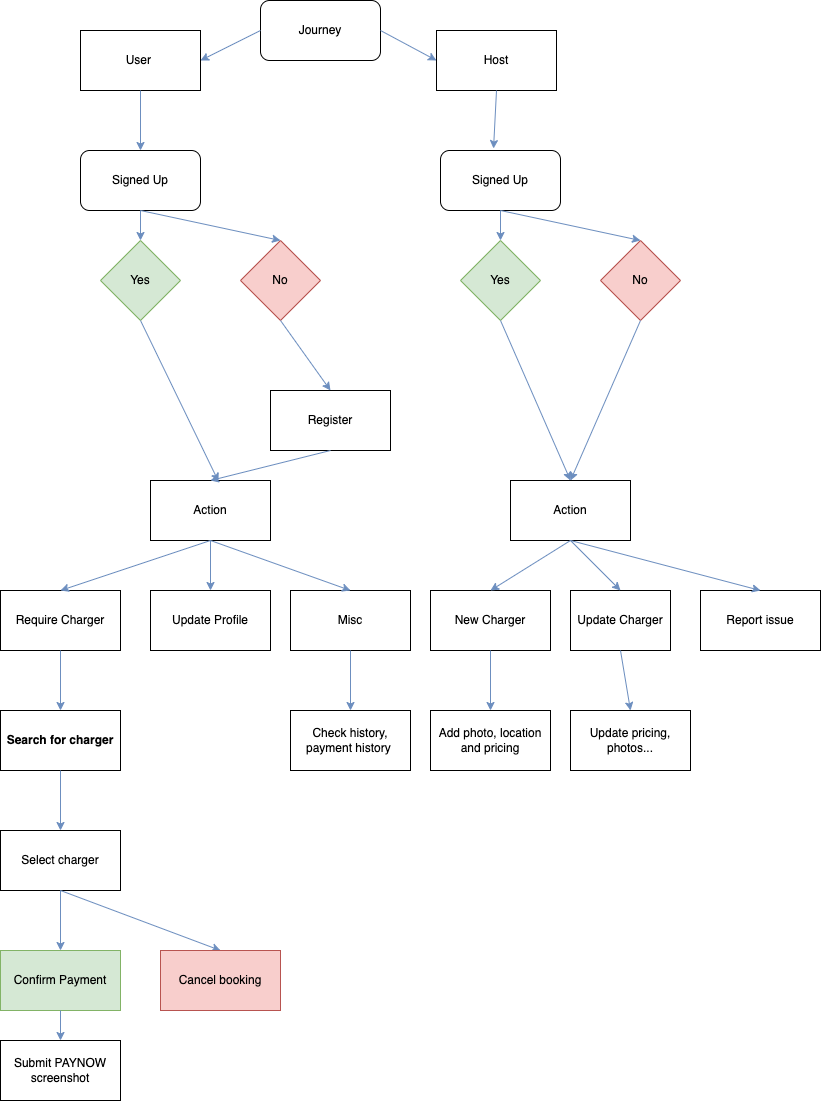
jonasgwt/ChargeEV keeps this draw.io diagram as photo/ProgramFlow.drawio .png. Above is the earlier version. Source tidied: cells renumbered, new cells last; positions are measured from the earlier drawing's top-left corner, leaving out a move shared by most shapes. The source it was exported from:
```xml
<mxGraphModel>
  <root>
    <mxCell id="0" />
    <mxCell id="1" parent="0" />
    <mxCell id="2" value="User&amp;nbsp;" style="rounded=0;whiteSpace=wrap;html=1;" parent="1" vertex="1">
      <mxGeometry x="80" y="30" width="120" height="60" as="geometry" />
    </mxCell>
    <mxCell id="3" value="Host" style="rounded=0;whiteSpace=wrap;html=1;" parent="1" vertex="1">
      <mxGeometry x="436" y="30" width="120" height="60" as="geometry" />
    </mxCell>
    <mxCell id="4" style="endArrow=classic;html=1;rounded=0;exitX=0.5;exitY=1;exitDx=0;exitDy=0;entryX=0.5;entryY=0;entryDx=0;entryDy=0;fillColor=#dae8fc;strokeColor=#6c8ebf;" parent="1" edge="1" source="2" target="6">
      <mxGeometry relative="1" as="geometry" />
    </mxCell>
    <mxCell id="5" value="Register" style="rounded=0;whiteSpace=wrap;html=1;" parent="1" vertex="1">
      <mxGeometry x="270" y="390" width="120" height="60" as="geometry" />
    </mxCell>
    <mxCell id="6" value="Signed Up" style="rounded=1;whiteSpace=wrap;html=1;" parent="1" vertex="1">
      <mxGeometry x="80" y="150" width="120" height="60" as="geometry" />
    </mxCell>
    <mxCell id="7" value="Yes" style="rhombus;whiteSpace=wrap;html=1;fillColor=#d5e8d4;strokeColor=#82b366;" parent="1" vertex="1">
      <mxGeometry x="100" y="240" width="80" height="80" as="geometry" />
    </mxCell>
    <mxCell id="8" value="No" style="rhombus;whiteSpace=wrap;html=1;fillColor=#f8cecc;strokeColor=#b85450;" parent="1" vertex="1">
      <mxGeometry x="240" y="240" width="80" height="80" as="geometry" />
    </mxCell>
    <mxCell id="9" style="endArrow=classic;html=1;rounded=0;exitX=0.5;exitY=1;exitDx=0;exitDy=0;fillColor=#dae8fc;strokeColor=#6c8ebf;" parent="1" edge="1" source="6" target="7">
      <mxGeometry relative="1" as="geometry" />
    </mxCell>
    <mxCell id="10" style="endArrow=classic;html=1;rounded=0;exitX=0.5;exitY=1;exitDx=0;exitDy=0;entryX=0.5;entryY=0;entryDx=0;entryDy=0;fillColor=#dae8fc;strokeColor=#6c8ebf;" parent="1" edge="1" source="6" target="8">
      <mxGeometry relative="1" as="geometry" />
    </mxCell>
    <mxCell id="11" style="endArrow=classic;html=1;rounded=0;exitX=0.5;exitY=1;exitDx=0;exitDy=0;entryX=0.567;entryY=0.017;entryDx=0;entryDy=0;entryPerimeter=0;fillColor=#dae8fc;strokeColor=#6c8ebf;" parent="1" edge="1" source="7" target="21">
      <mxGeometry relative="1" as="geometry" />
    </mxCell>
    <mxCell id="12" style="endArrow=classic;html=1;rounded=0;exitX=0.5;exitY=1;exitDx=0;exitDy=0;entryX=0.5;entryY=0;entryDx=0;entryDy=0;fillColor=#dae8fc;strokeColor=#6c8ebf;" parent="1" edge="1" source="8" target="5">
      <mxGeometry relative="1" as="geometry" />
    </mxCell>
    <mxCell id="13" style="endArrow=classic;html=1;rounded=0;exitX=0.5;exitY=1;exitDx=0;exitDy=0;entryX=0.442;entryY=-0.033;entryDx=0;entryDy=0;entryPerimeter=0;fillColor=#dae8fc;strokeColor=#6c8ebf;" parent="1" edge="1" source="3" target="14">
      <mxGeometry relative="1" as="geometry" />
    </mxCell>
    <mxCell id="14" value="Signed Up" style="rounded=1;whiteSpace=wrap;html=1;" parent="1" vertex="1">
      <mxGeometry x="440" y="150" width="120" height="60" as="geometry" />
    </mxCell>
    <mxCell id="15" value="Yes" style="rhombus;whiteSpace=wrap;html=1;fillColor=#d5e8d4;strokeColor=#82b366;" parent="1" vertex="1">
      <mxGeometry x="460" y="240" width="80" height="80" as="geometry" />
    </mxCell>
    <mxCell id="16" value="No" style="rhombus;whiteSpace=wrap;html=1;fillColor=#f8cecc;strokeColor=#b85450;" parent="1" vertex="1">
      <mxGeometry x="600" y="240" width="80" height="80" as="geometry" />
    </mxCell>
    <mxCell id="17" style="endArrow=classic;html=1;rounded=0;exitX=0.5;exitY=1;exitDx=0;exitDy=0;fillColor=#dae8fc;strokeColor=#6c8ebf;" parent="1" edge="1" source="14" target="15">
      <mxGeometry relative="1" as="geometry" />
    </mxCell>
    <mxCell id="18" style="endArrow=classic;html=1;rounded=0;exitX=0.5;exitY=1;exitDx=0;exitDy=0;entryX=0.5;entryY=0;entryDx=0;entryDy=0;fillColor=#dae8fc;strokeColor=#6c8ebf;" parent="1" edge="1" source="14" target="16">
      <mxGeometry relative="1" as="geometry" />
    </mxCell>
    <mxCell id="19" style="endArrow=classic;html=1;rounded=0;exitX=0.5;exitY=1;exitDx=0;exitDy=0;entryX=0.5;entryY=0;entryDx=0;entryDy=0;fillColor=#dae8fc;strokeColor=#6c8ebf;" parent="1" edge="1" source="15" target="27">
      <mxGeometry relative="1" as="geometry" />
    </mxCell>
    <mxCell id="20" style="endArrow=classic;html=1;rounded=0;exitX=0.5;exitY=1;exitDx=0;exitDy=0;entryX=0.5;entryY=0;entryDx=0;entryDy=0;fillColor=#dae8fc;strokeColor=#6c8ebf;" parent="1" edge="1" source="16" target="27">
      <mxGeometry relative="1" as="geometry" />
    </mxCell>
    <mxCell id="21" value="Action" style="rounded=0;whiteSpace=wrap;html=1;" parent="1" vertex="1">
      <mxGeometry x="150" y="480" width="120" height="60" as="geometry" />
    </mxCell>
    <mxCell id="22" style="endArrow=classic;html=1;rounded=0;exitX=0.5;exitY=1;exitDx=0;exitDy=0;entryX=0.5;entryY=0;entryDx=0;entryDy=0;fillColor=#dae8fc;strokeColor=#6c8ebf;" parent="1" edge="1" source="5" target="21">
      <mxGeometry relative="1" as="geometry" />
    </mxCell>
    <mxCell id="23" value="Require Charger" style="rounded=0;whiteSpace=wrap;html=1;" parent="1" vertex="1">
      <mxGeometry y="590" width="120" height="60" as="geometry" />
    </mxCell>
    <mxCell id="24" value="Update Profile" style="rounded=0;whiteSpace=wrap;html=1;" parent="1" vertex="1">
      <mxGeometry x="150" y="590" width="120" height="60" as="geometry" />
    </mxCell>
    <mxCell id="25" style="endArrow=classic;html=1;rounded=0;exitX=0.5;exitY=1;exitDx=0;exitDy=0;entryX=0.5;entryY=0;entryDx=0;entryDy=0;fillColor=#dae8fc;strokeColor=#6c8ebf;" parent="1" edge="1" source="21" target="24">
      <mxGeometry relative="1" as="geometry" />
    </mxCell>
    <mxCell id="26" style="endArrow=classic;html=1;rounded=0;exitX=0.5;exitY=1;exitDx=0;exitDy=0;entryX=0.5;entryY=0;entryDx=0;entryDy=0;fillColor=#dae8fc;strokeColor=#6c8ebf;" parent="1" edge="1" source="21" target="23">
      <mxGeometry relative="1" as="geometry" />
    </mxCell>
    <mxCell id="27" value="Action" style="rounded=0;whiteSpace=wrap;html=1;" parent="1" vertex="1">
      <mxGeometry x="510" y="480" width="120" height="60" as="geometry" />
    </mxCell>
    <mxCell id="28" value="New Charger" style="rounded=0;whiteSpace=wrap;html=1;" parent="1" vertex="1">
      <mxGeometry x="430" y="590" width="120" height="60" as="geometry" />
    </mxCell>
    <mxCell id="29" value="Update Charger" style="rounded=0;whiteSpace=wrap;html=1;" parent="1" vertex="1">
      <mxGeometry x="570" y="590" width="100" height="60" as="geometry" />
    </mxCell>
    <mxCell id="30" style="endArrow=classic;html=1;rounded=0;exitX=0.5;exitY=1;exitDx=0;exitDy=0;entryX=0.5;entryY=0;entryDx=0;entryDy=0;fillColor=#dae8fc;strokeColor=#6c8ebf;" parent="1" edge="1" source="27" target="29">
      <mxGeometry relative="1" as="geometry" />
    </mxCell>
    <mxCell id="31" style="endArrow=classic;html=1;rounded=0;exitX=0.5;exitY=1;exitDx=0;exitDy=0;entryX=0.5;entryY=0;entryDx=0;entryDy=0;fillColor=#dae8fc;strokeColor=#6c8ebf;" parent="1" edge="1" source="27" target="28">
      <mxGeometry relative="1" as="geometry" />
    </mxCell>
    <mxCell id="32" value="Journey" style="rounded=1;whiteSpace=wrap;html=1;" parent="1" vertex="1">
      <mxGeometry x="260" width="120" height="60" as="geometry" />
    </mxCell>
    <mxCell id="33" style="endArrow=classic;html=1;rounded=0;exitX=0;exitY=0.5;exitDx=0;exitDy=0;entryX=1;entryY=0.5;entryDx=0;entryDy=0;fillColor=#dae8fc;strokeColor=#6c8ebf;" parent="1" edge="1" source="32" target="2">
      <mxGeometry relative="1" as="geometry" />
    </mxCell>
    <mxCell id="34" style="endArrow=classic;html=1;rounded=0;exitX=1;exitY=0.5;exitDx=0;exitDy=0;entryX=0;entryY=0.5;entryDx=0;entryDy=0;fillColor=#dae8fc;strokeColor=#6c8ebf;" parent="1" edge="1" source="32" target="3">
      <mxGeometry relative="1" as="geometry" />
    </mxCell>
    <mxCell id="35" value="Misc" style="rounded=0;whiteSpace=wrap;html=1;" parent="1" vertex="1">
      <mxGeometry x="290" y="590" width="120" height="60" as="geometry" />
    </mxCell>
    <mxCell id="36" style="endArrow=classic;html=1;rounded=0;exitX=0.5;exitY=1;exitDx=0;exitDy=0;entryX=0.5;entryY=0;entryDx=0;entryDy=0;fillColor=#dae8fc;strokeColor=#6c8ebf;" parent="1" edge="1" source="21" target="35">
      <mxGeometry relative="1" as="geometry" />
    </mxCell>
    <mxCell id="37" value="Update pricing, photos..." style="rounded=0;whiteSpace=wrap;html=1;" parent="1" vertex="1">
      <mxGeometry x="570" y="710" width="120" height="60" as="geometry" />
    </mxCell>
    <mxCell id="38" style="endArrow=classic;html=1;rounded=0;exitX=0.5;exitY=1;exitDx=0;exitDy=0;entryX=0.5;entryY=0;entryDx=0;entryDy=0;fillColor=#dae8fc;strokeColor=#6c8ebf;" parent="1" edge="1" source="29" target="37">
      <mxGeometry relative="1" as="geometry" />
    </mxCell>
    <mxCell id="39" value="Add photo, location and pricing" style="rounded=0;whiteSpace=wrap;html=1;" parent="1" vertex="1">
      <mxGeometry x="430" y="710" width="120" height="60" as="geometry" />
    </mxCell>
    <mxCell id="40" style="endArrow=classic;html=1;rounded=0;exitX=0.5;exitY=1;exitDx=0;exitDy=0;entryX=0.5;entryY=0;entryDx=0;entryDy=0;fillColor=#dae8fc;strokeColor=#6c8ebf;" parent="1" edge="1" source="28" target="39">
      <mxGeometry relative="1" as="geometry" />
    </mxCell>
    <mxCell id="41" value="Check history, payment history&amp;nbsp;" style="rounded=0;whiteSpace=wrap;html=1;" parent="1" vertex="1">
      <mxGeometry x="290" y="710" width="120" height="60" as="geometry" />
    </mxCell>
    <mxCell id="42" style="endArrow=classic;html=1;rounded=0;exitX=0.5;exitY=1;exitDx=0;exitDy=0;entryX=0.5;entryY=0;entryDx=0;entryDy=0;fillColor=#dae8fc;strokeColor=#6c8ebf;" parent="1" edge="1" source="35" target="41">
      <mxGeometry relative="1" as="geometry" />
    </mxCell>
    <mxCell id="43" style="endArrow=classic;html=1;rounded=0;exitX=0.5;exitY=1;exitDx=0;exitDy=0;entryX=0.5;entryY=0;entryDx=0;entryDy=0;fontStyle=1;fillColor=#dae8fc;strokeColor=#6c8ebf;" parent="1" edge="1" source="23" target="44">
      <mxGeometry relative="1" as="geometry" />
    </mxCell>
    <mxCell id="44" value="Search for charger" style="rounded=0;whiteSpace=wrap;html=1;fontStyle=1;" parent="1" vertex="1">
      <mxGeometry y="710" width="120" height="60" as="geometry" />
    </mxCell>
    <mxCell id="45" style="endArrow=classic;html=1;rounded=0;exitX=0.5;exitY=1;exitDx=0;exitDy=0;entryX=0.5;entryY=0;entryDx=0;entryDy=0;fillColor=#dae8fc;strokeColor=#6c8ebf;" parent="1" edge="1" target="46">
      <mxGeometry relative="1" as="geometry">
        <mxPoint x="60" y="770" as="sourcePoint" />
      </mxGeometry>
    </mxCell>
    <mxCell id="46" value="Select charger" style="rounded=0;whiteSpace=wrap;html=1;" parent="1" vertex="1">
      <mxGeometry y="830" width="120" height="60" as="geometry" />
    </mxCell>
    <mxCell id="47" style="endArrow=classic;html=1;rounded=0;entryX=0.5;entryY=0;entryDx=0;entryDy=0;exitX=0.5;exitY=1;exitDx=0;exitDy=0;fillColor=#dae8fc;strokeColor=#6c8ebf;" parent="1" edge="1" source="46" target="48">
      <mxGeometry relative="1" as="geometry" />
    </mxCell>
    <mxCell id="48" value="Confirm Payment" style="rounded=0;whiteSpace=wrap;html=1;fillColor=#d5e8d4;strokeColor=#82b366;" parent="1" vertex="1">
      <mxGeometry y="950" width="120" height="60" as="geometry" />
    </mxCell>
    <mxCell id="49" style="endArrow=classic;html=1;rounded=0;entryX=0.5;entryY=0;entryDx=0;entryDy=0;exitX=0.5;exitY=1;exitDx=0;exitDy=0;fillColor=#dae8fc;strokeColor=#6c8ebf;" parent="1" edge="1" source="46" target="50">
      <mxGeometry relative="1" as="geometry" />
    </mxCell>
    <mxCell id="50" value="Cancel booking" style="rounded=0;whiteSpace=wrap;html=1;fillColor=#f8cecc;strokeColor=#b85450;" parent="1" vertex="1">
      <mxGeometry x="160" y="950" width="120" height="60" as="geometry" />
    </mxCell>
    <mxCell id="51" value="Report issue" style="rounded=0;whiteSpace=wrap;html=1;" parent="1" vertex="1">
      <mxGeometry x="700" y="590" width="120" height="60" as="geometry" />
    </mxCell>
    <mxCell id="52" style="endArrow=classic;html=1;rounded=0;entryX=0.5;entryY=0;entryDx=0;entryDy=0;fillColor=#dae8fc;strokeColor=#6c8ebf;" parent="1" edge="1" target="53">
      <mxGeometry relative="1" as="geometry">
        <mxPoint x="60" y="1010" as="sourcePoint" />
      </mxGeometry>
    </mxCell>
    <mxCell id="53" value="Submit PAYNOW screenshot" style="rounded=0;whiteSpace=wrap;html=1;" parent="1" vertex="1">
      <mxGeometry y="1040" width="120" height="60" as="geometry" />
    </mxCell>
    <mxCell id="54" style="endArrow=classic;html=1;rounded=0;exitX=0.5;exitY=1;exitDx=0;exitDy=0;entryX=0.5;entryY=0;entryDx=0;entryDy=0;fillColor=#dae8fc;strokeColor=#6c8ebf;" parent="1" edge="1" source="27" target="51">
      <mxGeometry relative="1" as="geometry" />
    </mxCell>
  </root>
</mxGraphModel>
```
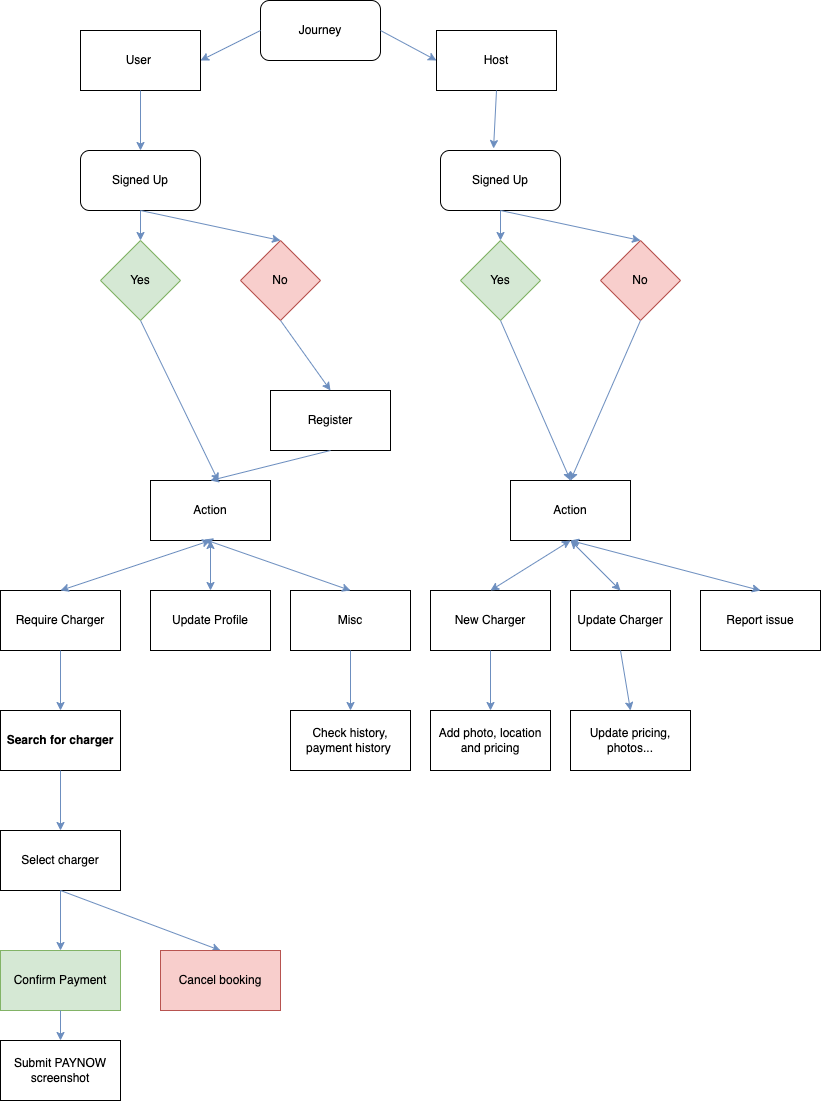
After the change.

What changed in the source:
```diff
@@ -71,12 +71,6 @@
     <mxCell id="24" value="Update Profile" style="rounded=0;whiteSpace=wrap;html=1;" parent="1" vertex="1">
       <mxGeometry x="150" y="590" width="120" height="60" as="geometry" />
     </mxCell>
-    <mxCell id="25" style="endArrow=classic;html=1;rounded=0;exitX=0.5;exitY=1;exitDx=0;exitDy=0;entryX=0.5;entryY=0;entryDx=0;entryDy=0;fillColor=#dae8fc;strokeColor=#6c8ebf;" parent="1" edge="1" source="21" target="24">
-      <mxGeometry relative="1" as="geometry" />
-    </mxCell>
-    <mxCell id="26" style="endArrow=classic;html=1;rounded=0;exitX=0.5;exitY=1;exitDx=0;exitDy=0;entryX=0.5;entryY=0;entryDx=0;entryDy=0;fillColor=#dae8fc;strokeColor=#6c8ebf;" parent="1" edge="1" source="21" target="23">
-      <mxGeometry relative="1" as="geometry" />
-    </mxCell>
     <mxCell id="27" value="Action" style="rounded=0;whiteSpace=wrap;html=1;" parent="1" vertex="1">
       <mxGeometry x="510" y="480" width="120" height="60" as="geometry" />
     </mxCell>
@@ -86,12 +80,6 @@
     <mxCell id="29" value="Update Charger" style="rounded=0;whiteSpace=wrap;html=1;" parent="1" vertex="1">
       <mxGeometry x="570" y="590" width="100" height="60" as="geometry" />
     </mxCell>
-    <mxCell id="30" style="endArrow=classic;html=1;rounded=0;exitX=0.5;exitY=1;exitDx=0;exitDy=0;entryX=0.5;entryY=0;entryDx=0;entryDy=0;fillColor=#dae8fc;strokeColor=#6c8ebf;" parent="1" edge="1" source="27" target="29">
-      <mxGeometry relative="1" as="geometry" />
-    </mxCell>
-    <mxCell id="31" style="endArrow=classic;html=1;rounded=0;exitX=0.5;exitY=1;exitDx=0;exitDy=0;entryX=0.5;entryY=0;entryDx=0;entryDy=0;fillColor=#dae8fc;strokeColor=#6c8ebf;" parent="1" edge="1" source="27" target="28">
-      <mxGeometry relative="1" as="geometry" />
-    </mxCell>
     <mxCell id="32" value="Journey" style="rounded=1;whiteSpace=wrap;html=1;" parent="1" vertex="1">
       <mxGeometry x="260" width="120" height="60" as="geometry" />
     </mxCell>
@@ -104,9 +92,6 @@
     <mxCell id="35" value="Misc" style="rounded=0;whiteSpace=wrap;html=1;" parent="1" vertex="1">
       <mxGeometry x="290" y="590" width="120" height="60" as="geometry" />
     </mxCell>
-    <mxCell id="36" style="endArrow=classic;html=1;rounded=0;exitX=0.5;exitY=1;exitDx=0;exitDy=0;entryX=0.5;entryY=0;entryDx=0;entryDy=0;fillColor=#dae8fc;strokeColor=#6c8ebf;" parent="1" edge="1" source="21" target="35">
-      <mxGeometry relative="1" as="geometry" />
-    </mxCell>
     <mxCell id="37" value="Update pricing, photos..." style="rounded=0;whiteSpace=wrap;html=1;" parent="1" vertex="1">
       <mxGeometry x="570" y="710" width="120" height="60" as="geometry" />
     </mxCell>
@@ -162,8 +147,27 @@
     <mxCell id="53" value="Submit PAYNOW screenshot" style="rounded=0;whiteSpace=wrap;html=1;" parent="1" vertex="1">
       <mxGeometry y="1040" width="120" height="60" as="geometry" />
     </mxCell>
-    <mxCell id="54" style="endArrow=classic;html=1;rounded=0;exitX=0.5;exitY=1;exitDx=0;exitDy=0;entryX=0.5;entryY=0;entryDx=0;entryDy=0;fillColor=#dae8fc;strokeColor=#6c8ebf;" parent="1" edge="1" source="27" target="51">
-      <mxGeometry relative="1" as="geometry" />
-    </mxCell>
+    <mxCell id="55" style="endArrow=classic;startArrow=classic;html=1;rounded=0;entryX=0.45;entryY=0.983;entryDx=0;entryDy=0;entryPerimeter=0;exitX=0.5;exitY=0;exitDx=0;exitDy=0;fillColor=#dae8fc;strokeColor=#6c8ebf;" parent="1" edge="1" source="35" target="21">
+      <mxGeometry relative="1" as="geometry" />
+    </mxCell>
+    <mxCell id="56" style="endArrow=classic;startArrow=classic;html=1;rounded=0;entryX=0.5;entryY=1;entryDx=0;entryDy=0;exitX=0.5;exitY=0;exitDx=0;exitDy=0;fillColor=#dae8fc;strokeColor=#6c8ebf;" parent="1" edge="1" source="24" target="21">
+      <mxGeometry relative="1" as="geometry" />
+    </mxCell>
+    <mxCell id="57" style="endArrow=classic;startArrow=classic;html=1;rounded=0;entryX=0.5;entryY=1;entryDx=0;entryDy=0;exitX=0.5;exitY=0;exitDx=0;exitDy=0;fillColor=#dae8fc;strokeColor=#6c8ebf;" parent="1" edge="1" source="23" target="21">
+      <mxGeometry relative="1" as="geometry" />
+    </mxCell>
+    <mxCell id="58" style="endArrow=classic;startArrow=classic;html=1;rounded=0;exitX=0.5;exitY=0;exitDx=0;exitDy=0;fillColor=#dae8fc;strokeColor=#6c8ebf;" parent="1" edge="1" source="51">
+      <mxGeometry relative="1" as="geometry">
+        <mxPoint x="570" y="540" as="targetPoint" />
+      </mxGeometry>
+    </mxCell>
+    <mxCell id="59" style="endArrow=classic;startArrow=classic;html=1;rounded=0;exitX=0.5;exitY=0;exitDx=0;exitDy=0;fillColor=#dae8fc;strokeColor=#6c8ebf;" parent="1" edge="1" source="29">
+      <mxGeometry relative="1" as="geometry">
+        <mxPoint x="570" y="540" as="targetPoint" />
+      </mxGeometry>
+    </mxCell>
+    <mxCell id="60" style="endArrow=classic;startArrow=classic;html=1;rounded=0;entryX=0.5;entryY=1;entryDx=0;entryDy=0;exitX=0.5;exitY=0;exitDx=0;exitDy=0;fillColor=#dae8fc;strokeColor=#6c8ebf;" parent="1" edge="1" source="28" target="27">
+      <mxGeometry relative="1" as="geometry" />
+    </mxCell>
   </root>
 </mxGraphModel>
```
